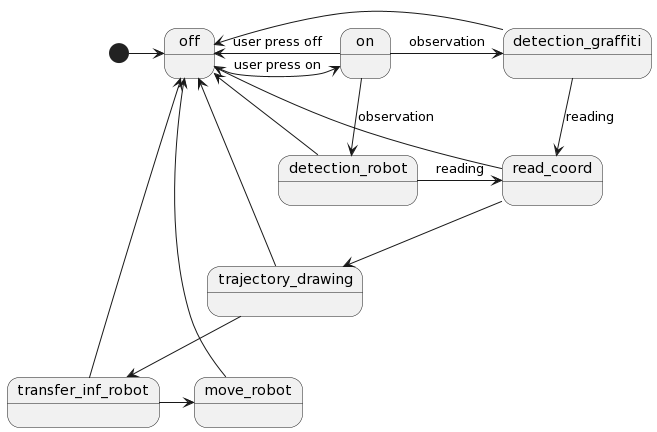
The PlantUML diagram Documents/condition.png in DmitryFedoseev/ISA, before a commit. Its diagram source:
```plantuml
@startuml
[*] -> off
off -> on: user press on
on-> off: user press off
on -> detection_graffiti : observation
detection_graffiti -> off
on --> detection_robot : observation
detection_robot --> off
detection_graffiti --> read_coord : reading
detection_robot -> read_coord : reading
read_coord --> off
read_coord --> trajectory_drawing
trajectory_drawing --> off
trajectory_drawing --> transfer_inf_robot
transfer_inf_robot --> off
transfer_inf_robot-> move_robot
move_robot -> off
@enduml
```
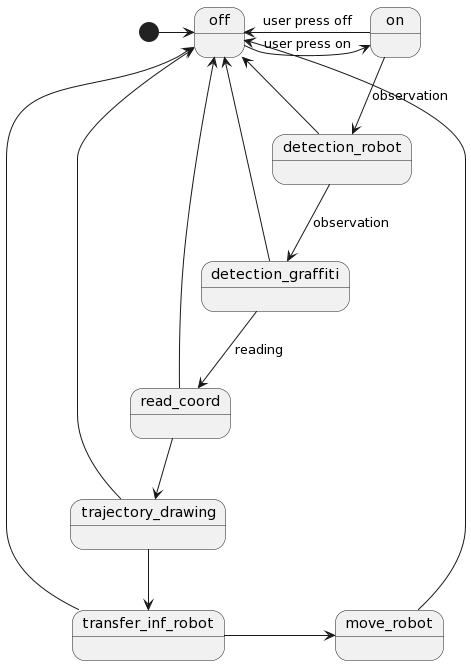
After the commit.

What changed in the source:
```diff
@@ -2,12 +2,11 @@
 [*] -> off
 off -> on: user press on
 on-> off: user press off
-on -> detection_graffiti : observation
 detection_graffiti -> off
 on --> detection_robot : observation
 detection_robot --> off
 detection_graffiti --> read_coord : reading
-detection_robot -> read_coord : reading
+detection_robot --> detection_graffiti : observation
 read_coord --> off
 read_coord --> trajectory_drawing
 trajectory_drawing --> off
```
